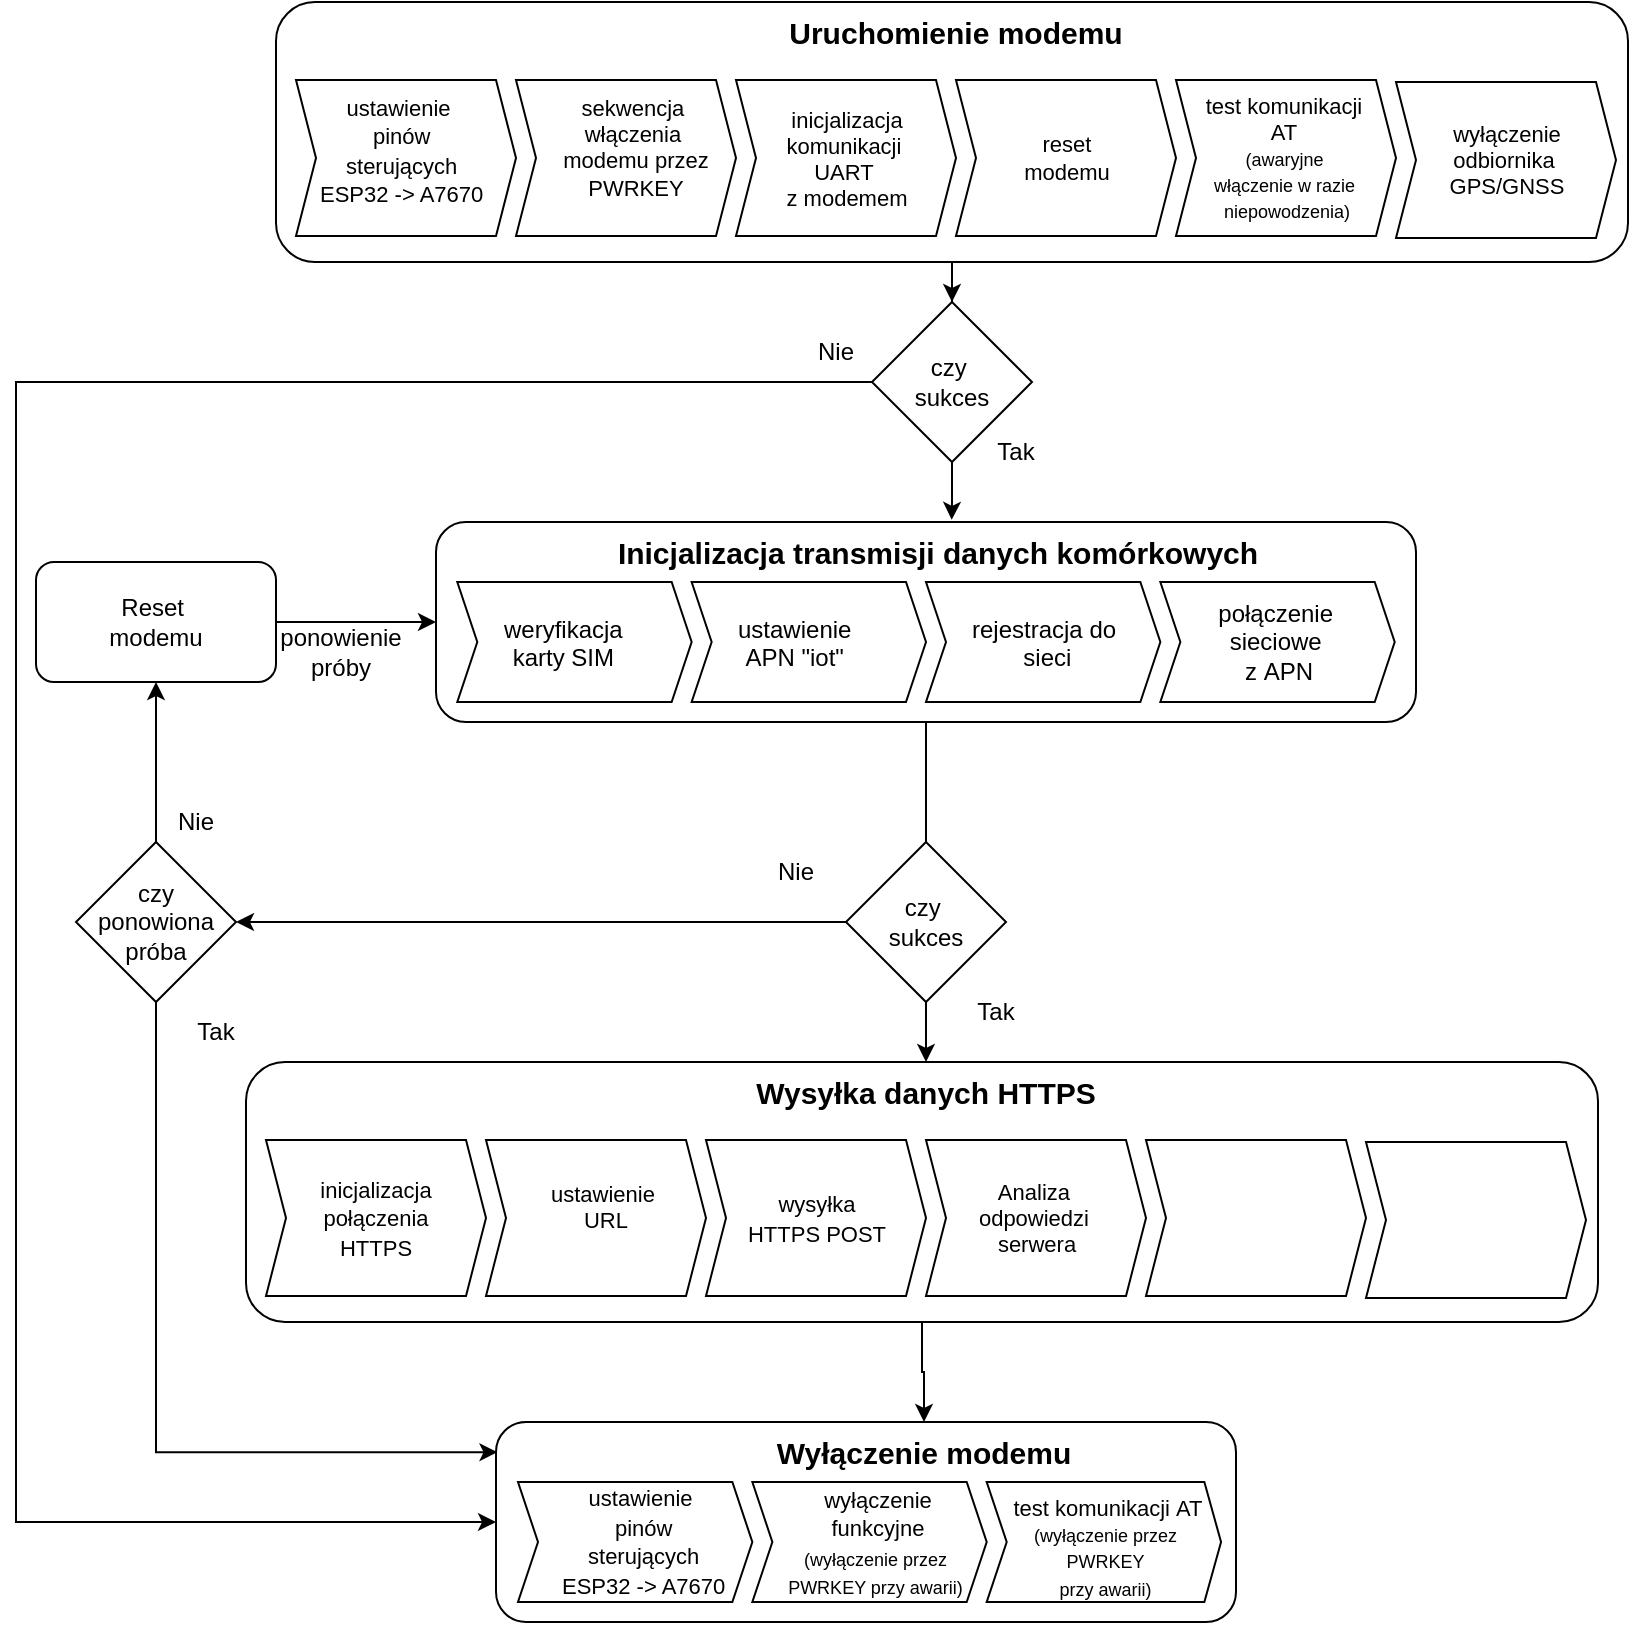
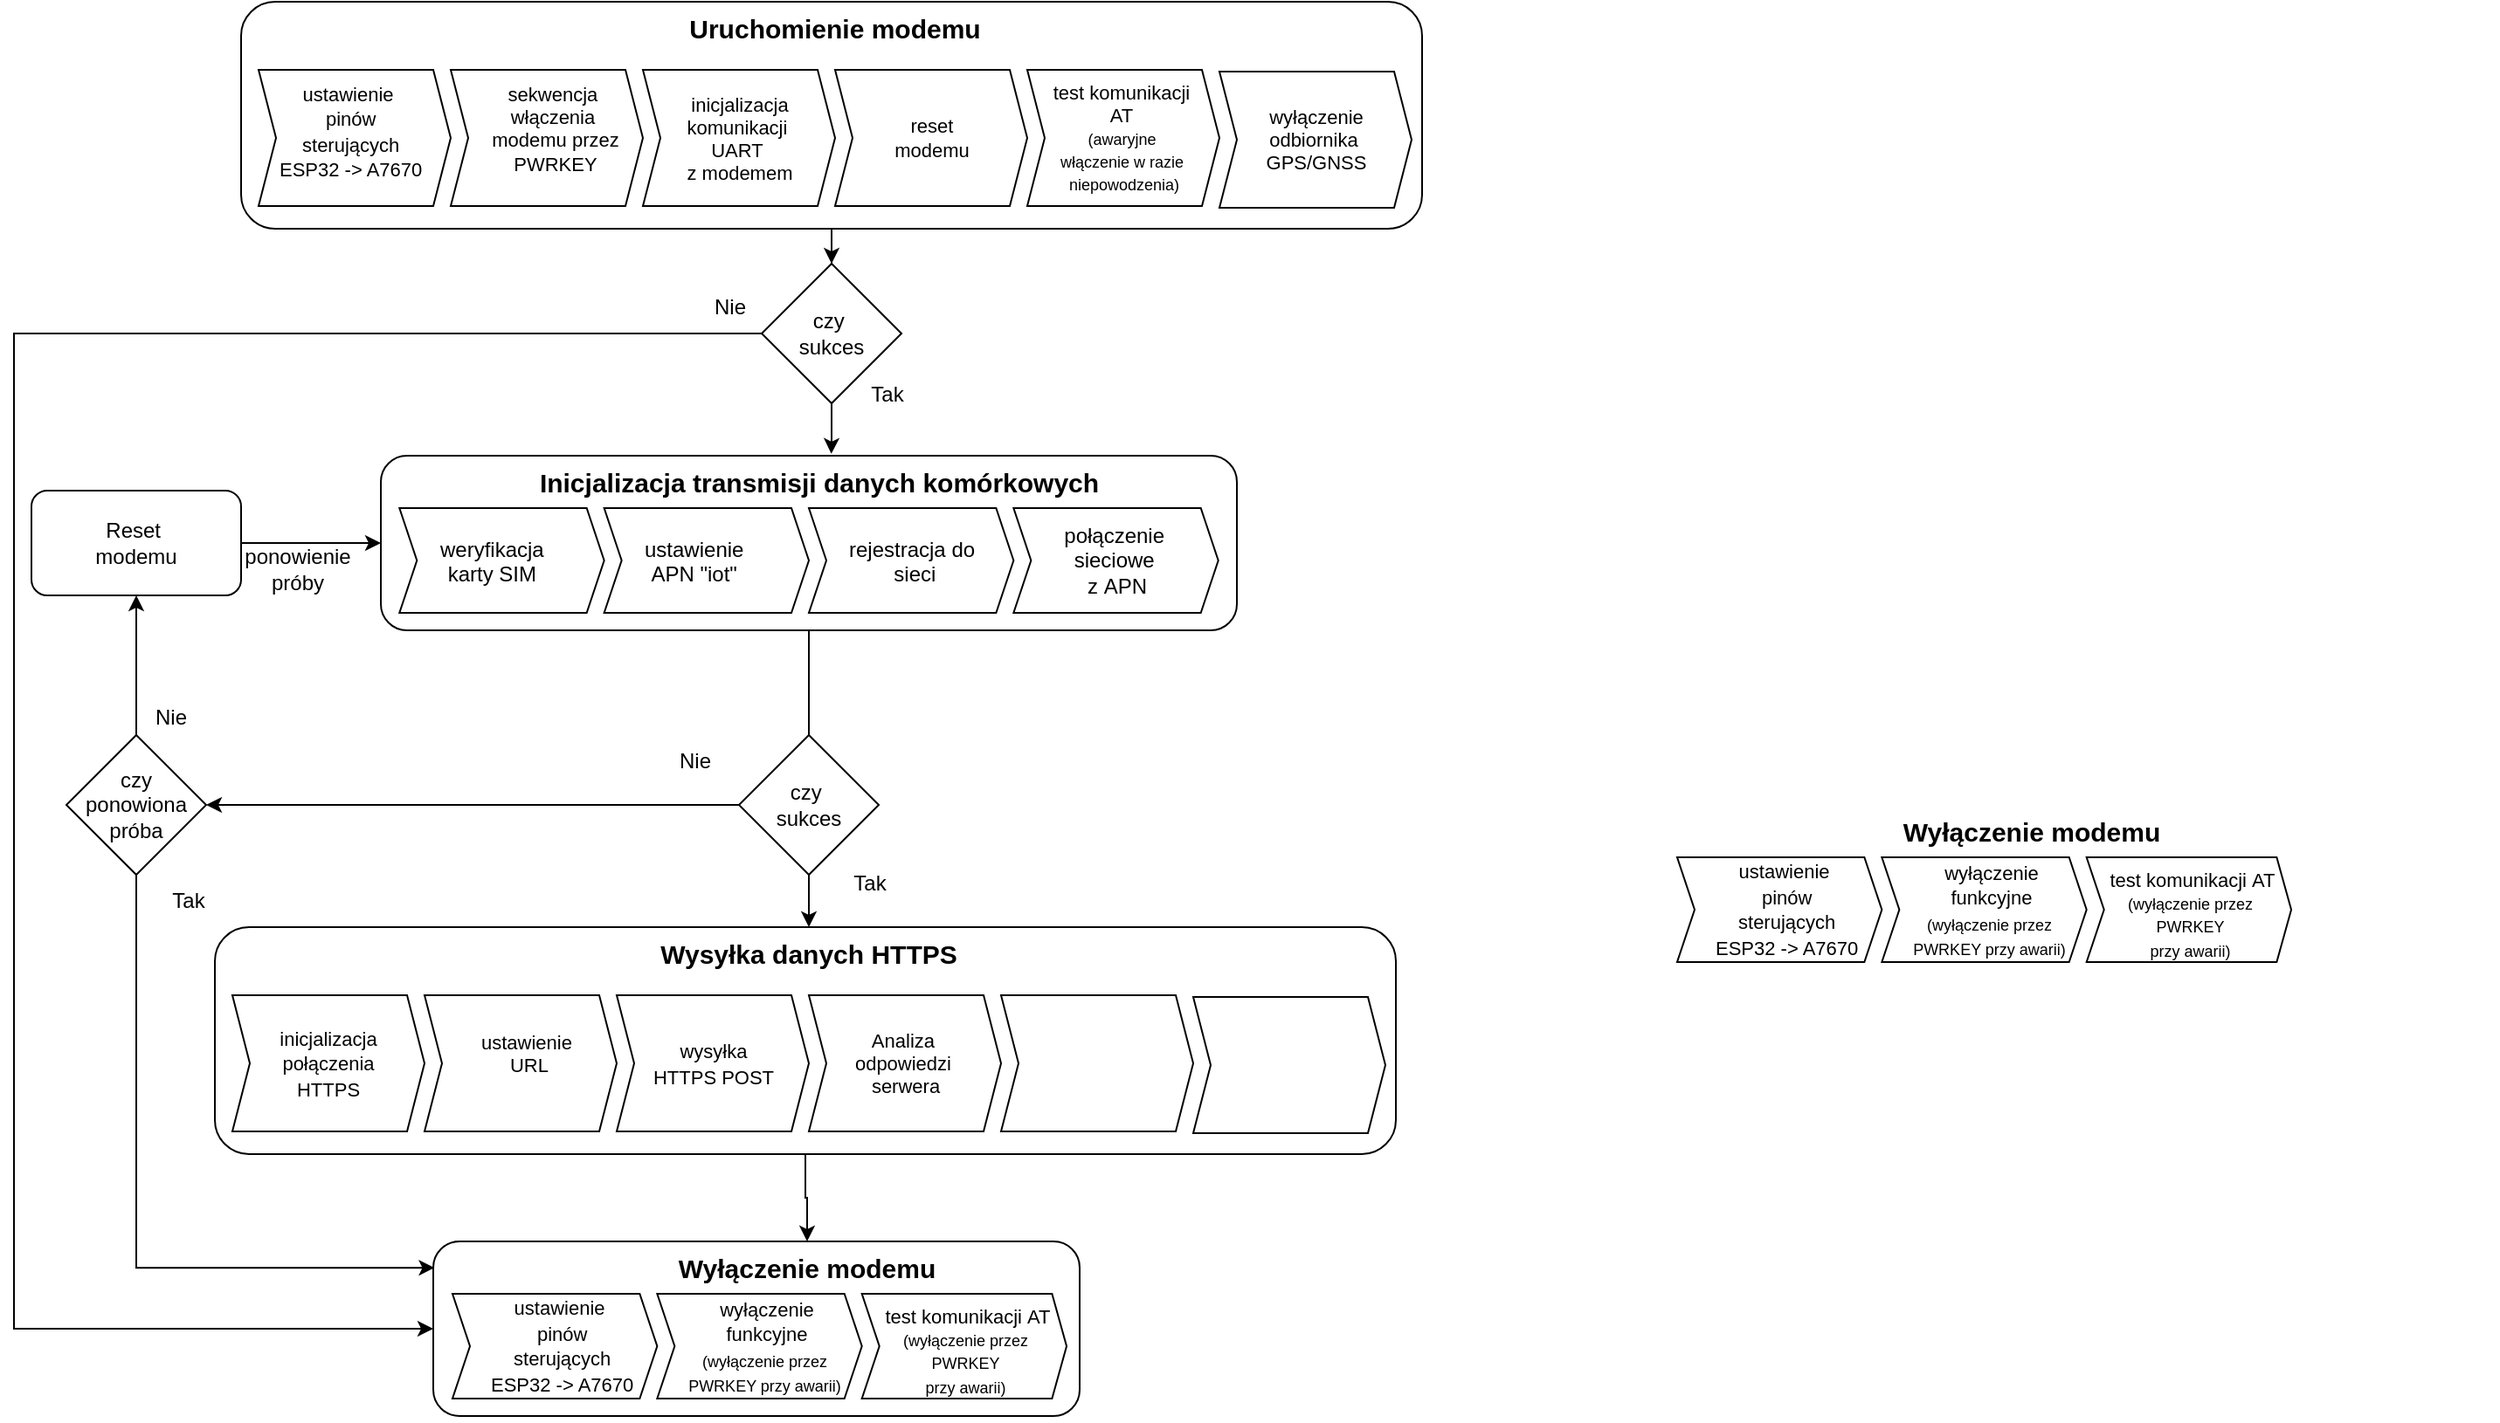
<mxfile host="app.diagrams.net">
  <diagram name="Strona-1" id="qUiWrLwNQSNPpPlMcjFA">
    <mxGraphModel dx="960" dy="1979" grid="1" gridSize="10" guides="1" tooltips="1" connect="1" arrows="1" fold="1" page="1" pageScale="1" pageWidth="827" pageHeight="1169" math="0" shadow="0">
      <root>
        <mxCell id="0" />
        <mxCell id="1" parent="0" />
        <mxCell id="zzqq1YDTvUKB0URQ00NY-44" connectable="0" parent="1" style="group" value="" vertex="1">
          <mxGeometry height="100" width="490.6521739130435" x="650" y="110" as="geometry" />
        </mxCell>
        <mxCell id="zzqq1YDTvUKB0URQ00NY-41" parent="zzqq1YDTvUKB0URQ00NY-44" style="rounded=1;whiteSpace=wrap;html=1;fillColor=none;" value="" vertex="1">
          <mxGeometry height="100" width="490.0000000000001" as="geometry" />
        </mxCell>
        <mxCell id="zzqq1YDTvUKB0URQ00NY-43" connectable="0" parent="zzqq1YDTvUKB0URQ00NY-44" style="group" value="" vertex="1">
          <mxGeometry height="90" width="480" x="10.65217391304348" as="geometry" />
        </mxCell>
        <mxCell id="zzqq1YDTvUKB0URQ00NY-32" parent="zzqq1YDTvUKB0URQ00NY-43" style="html=1;shadow=0;dashed=0;align=center;verticalAlign=middle;shape=mxgraph.arrows2.arrow;dy=0;dx=10;notch=10;" value="" vertex="1">
          <mxGeometry height="60" width="117.17391304347828" y="30" as="geometry" />
        </mxCell>
        <mxCell id="zzqq1YDTvUKB0URQ00NY-34" parent="zzqq1YDTvUKB0URQ00NY-43" style="text;whiteSpace=wrap;html=1;" value="&lt;span style=&quot;caret-color: rgb(0, 0, 0); color: rgb(0, 0, 0); font-family: Helvetica; font-size: 12.000001px; font-style: normal; font-variant-caps: normal; font-weight: 400; letter-spacing: normal; orphans: 2; text-align: center; text-indent: 0px; text-transform: none; white-space: nowrap; widows: 2; word-spacing: 0px; -webkit-text-stroke-width: 0px; text-decoration-line: none; text-decoration-thickness: auto; text-decoration-style: solid;&quot;&gt;weryfikacja&lt;/span&gt;&lt;div style=&quot;caret-color: rgb(0, 0, 0); color: rgb(0, 0, 0); font-family: Helvetica; font-size: 12.000001px; font-style: normal; font-variant-caps: normal; font-weight: 400; letter-spacing: normal; orphans: 2; text-align: center; text-indent: 0px; text-transform: none; white-space: nowrap; widows: 2; word-spacing: 0px; -webkit-text-stroke-width: 0px; text-decoration-line: none; text-decoration-thickness: auto; text-decoration-style: solid;&quot;&gt;karty SIM&lt;/div&gt;" vertex="1">
          <mxGeometry height="50" width="95.86956521739131" x="21.30434782608696" y="40" as="geometry" />
        </mxCell>
        <mxCell id="zzqq1YDTvUKB0URQ00NY-35" parent="zzqq1YDTvUKB0URQ00NY-43" style="html=1;shadow=0;dashed=0;align=center;verticalAlign=middle;shape=mxgraph.arrows2.arrow;dy=0;dx=10;notch=10;" value="" vertex="1">
          <mxGeometry height="60" width="117.17391304347828" x="117.17391304347828" y="30" as="geometry" />
        </mxCell>
        <mxCell id="zzqq1YDTvUKB0URQ00NY-36" parent="zzqq1YDTvUKB0URQ00NY-43" style="text;whiteSpace=wrap;html=1;" value="&lt;div style=&quot;text-align: center;&quot;&gt;&lt;span style=&quot;font-size: 12px; caret-color: rgb(0, 0, 0); text-wrap-mode: nowrap;&quot;&gt;&lt;font color=&quot;#000000&quot;&gt;ustawienie&lt;/font&gt;&lt;/span&gt;&lt;/div&gt;&lt;div style=&quot;text-align: center;&quot;&gt;&lt;span style=&quot;font-size: 12px; caret-color: rgb(0, 0, 0); text-wrap-mode: nowrap;&quot;&gt;&lt;font color=&quot;#000000&quot;&gt;APN&amp;nbsp;&lt;/font&gt;&lt;/span&gt;&lt;span style=&quot;font-size: 12px; white-space: nowrap;&quot;&gt;&quot;iot&quot;&lt;/span&gt;&lt;/div&gt;" vertex="1">
          <mxGeometry height="50" width="95.86956521739131" x="138.47826086956525" y="40" as="geometry" />
        </mxCell>
        <mxCell id="zzqq1YDTvUKB0URQ00NY-37" parent="zzqq1YDTvUKB0URQ00NY-43" style="html=1;shadow=0;dashed=0;align=center;verticalAlign=middle;shape=mxgraph.arrows2.arrow;dy=0;dx=10;notch=10;" value="" vertex="1">
          <mxGeometry height="60" width="117.17391304347828" x="234.34782608695656" y="30" as="geometry" />
        </mxCell>
        <mxCell id="zzqq1YDTvUKB0URQ00NY-38" parent="zzqq1YDTvUKB0URQ00NY-43" style="text;whiteSpace=wrap;html=1;" value="&lt;div style=&quot;text-align: center;&quot;&gt;&lt;span style=&quot;caret-color: rgb(0, 0, 0); text-wrap-mode: nowrap;&quot;&gt;rejestracja do&amp;nbsp;&lt;/span&gt;&lt;/div&gt;&lt;div style=&quot;text-align: center;&quot;&gt;&lt;span style=&quot;caret-color: rgb(0, 0, 0); text-wrap-mode: nowrap;&quot;&gt;sieci&lt;/span&gt;&lt;/div&gt;" vertex="1">
          <mxGeometry height="50" width="95.86956521739131" x="255.6521739130435" y="40" as="geometry" />
        </mxCell>
        <mxCell id="zzqq1YDTvUKB0URQ00NY-39" parent="zzqq1YDTvUKB0URQ00NY-43" style="html=1;shadow=0;dashed=0;align=center;verticalAlign=middle;shape=mxgraph.arrows2.arrow;dy=0;dx=10;notch=10;" value="połączenie&amp;nbsp;&lt;div&gt;sieciowe&amp;nbsp;&lt;/div&gt;&lt;div&gt;z&amp;nbsp;&lt;span style=&quot;font-size: 12px;&quot;&gt;APN&lt;/span&gt;&lt;/div&gt;" vertex="1">
          <mxGeometry height="60" width="117.17391304347828" x="351.52173913043487" y="30" as="geometry" />
        </mxCell>
        <mxCell id="zzqq1YDTvUKB0URQ00NY-42" parent="zzqq1YDTvUKB0URQ00NY-43" style="text;whiteSpace=wrap;html=1;align=center;" value="&lt;div style=&quot;&quot;&gt;&lt;span style=&quot;&quot;&gt;&lt;b&gt;&lt;font style=&quot;font-size: 15px;&quot;&gt;Inicjalizacja transmisji danych komórkowych&lt;/font&gt;&lt;/b&gt;&lt;/span&gt;&lt;br&gt;&lt;/div&gt;" vertex="1">
          <mxGeometry height="50" width="480" as="geometry" />
        </mxCell>
        <mxCell id="zzqq1YDTvUKB0URQ00NY-64" connectable="0" parent="1" style="group" value="" vertex="1">
          <mxGeometry height="130" width="680" x="570" y="-150" as="geometry" />
        </mxCell>
        <mxCell id="zzqq1YDTvUKB0URQ00NY-47" parent="zzqq1YDTvUKB0URQ00NY-64" style="rounded=1;whiteSpace=wrap;html=1;fillColor=none;" value="" vertex="1">
          <mxGeometry height="130" width="676" as="geometry" />
        </mxCell>
        <mxCell id="zzqq1YDTvUKB0URQ00NY-63" connectable="0" parent="zzqq1YDTvUKB0URQ00NY-64" style="group" value="" vertex="1">
          <mxGeometry height="118" width="670" x="10" as="geometry" />
        </mxCell>
        <mxCell id="zzqq1YDTvUKB0URQ00NY-48" connectable="0" parent="zzqq1YDTvUKB0URQ00NY-63" style="group" value="" vertex="1">
          <mxGeometry height="117" width="670" as="geometry" />
        </mxCell>
        <mxCell id="zzqq1YDTvUKB0URQ00NY-49" parent="zzqq1YDTvUKB0URQ00NY-48" style="html=1;shadow=0;dashed=0;align=center;verticalAlign=middle;shape=mxgraph.arrows2.arrow;dy=0;dx=10;notch=10;" value="" vertex="1">
          <mxGeometry height="78" width="110" y="39" as="geometry" />
        </mxCell>
        <mxCell id="zzqq1YDTvUKB0URQ00NY-51" parent="zzqq1YDTvUKB0URQ00NY-48" style="html=1;shadow=0;dashed=0;align=center;verticalAlign=middle;shape=mxgraph.arrows2.arrow;dy=0;dx=10;notch=10;" value="" vertex="1">
          <mxGeometry height="78" width="110" x="110" y="39" as="geometry" />
        </mxCell>
        <mxCell id="zzqq1YDTvUKB0URQ00NY-52" parent="zzqq1YDTvUKB0URQ00NY-48" style="text;whiteSpace=wrap;html=1;fontSize=11;align=center;" value="&lt;div style=&quot;&quot;&gt;&lt;span style=&quot;caret-color: rgb(0, 0, 0); text-wrap-mode: nowrap;&quot;&gt;sekwencja&amp;nbsp;&lt;/span&gt;&lt;/div&gt;&lt;div style=&quot;&quot;&gt;&lt;span style=&quot;caret-color: rgb(0, 0, 0); text-wrap-mode: nowrap;&quot;&gt;włączenia&amp;nbsp;&lt;/span&gt;&lt;/div&gt;&lt;div style=&quot;&quot;&gt;&lt;span style=&quot;caret-color: rgb(0, 0, 0); text-wrap-mode: nowrap;&quot;&gt;modemu przez&lt;/span&gt;&lt;/div&gt;&lt;div style=&quot;&quot;&gt;&lt;span style=&quot;caret-color: rgb(0, 0, 0); text-wrap-mode: nowrap;&quot;&gt;PWRKEY&lt;/span&gt;&lt;/div&gt;&lt;div style=&quot;&quot;&gt;&lt;span style=&quot;caret-color: rgb(0, 0, 0); text-wrap-mode: nowrap;&quot;&gt;&lt;br&gt;&lt;/span&gt;&lt;/div&gt;&lt;div style=&quot;&quot;&gt;&lt;br&gt;&lt;/div&gt;" vertex="1">
          <mxGeometry height="77" width="120" x="110" y="40" as="geometry" />
        </mxCell>
        <mxCell id="zzqq1YDTvUKB0URQ00NY-53" parent="zzqq1YDTvUKB0URQ00NY-48" style="html=1;shadow=0;dashed=0;align=center;verticalAlign=middle;shape=mxgraph.arrows2.arrow;dy=0;dx=10;notch=10;" value="&lt;span style=&quot;font-size: 11px; float: none; display: inline !important; caret-color: rgb(0, 0, 0); color: rgb(0, 0, 0); text-decoration-color: currentcolor;&quot;&gt;inicjalizacja&lt;/span&gt;&lt;div style=&quot;font-size: 11px; white-space: normal; caret-color: rgb(0, 0, 0); color: rgb(0, 0, 0);&quot;&gt;&lt;span style=&quot;text-wrap-mode: nowrap;&quot;&gt;komunikacji&amp;nbsp;&lt;/span&gt;&lt;/div&gt;&lt;div style=&quot;font-size: 11px; white-space: normal; caret-color: rgb(0, 0, 0); color: rgb(0, 0, 0);&quot;&gt;&lt;span style=&quot;text-wrap-mode: nowrap;&quot;&gt;UART&amp;nbsp;&lt;/span&gt;&lt;/div&gt;&lt;div style=&quot;font-size: 11px; white-space: normal; caret-color: rgb(0, 0, 0); color: rgb(0, 0, 0);&quot;&gt;&lt;span style=&quot;text-wrap-mode: nowrap;&quot;&gt;z modemem&lt;/span&gt;&lt;/div&gt;" vertex="1">
          <mxGeometry height="78" width="110" x="220" y="39" as="geometry" />
        </mxCell>
        <mxCell id="zzqq1YDTvUKB0URQ00NY-55" parent="zzqq1YDTvUKB0URQ00NY-48" style="html=1;shadow=0;dashed=0;align=center;verticalAlign=middle;shape=mxgraph.arrows2.arrow;dy=0;dx=10;notch=10;fontSize=11;labelBackgroundColor=none;" value="reset&lt;div&gt;modemu&lt;/div&gt;" vertex="1">
          <mxGeometry height="78" width="110" x="330" y="39" as="geometry" />
        </mxCell>
        <mxCell id="zzqq1YDTvUKB0URQ00NY-56" parent="zzqq1YDTvUKB0URQ00NY-48" style="text;whiteSpace=wrap;html=1;align=center;" value="&lt;div style=&quot;&quot;&gt;&lt;b&gt;&lt;font style=&quot;font-size: 15px;&quot;&gt;Uruchomienie modemu&lt;/font&gt;&lt;/b&gt;&lt;/div&gt;" vertex="1">
          <mxGeometry height="65" width="680" x="-10" as="geometry" />
        </mxCell>
        <mxCell id="zzqq1YDTvUKB0URQ00NY-50" parent="zzqq1YDTvUKB0URQ00NY-48" style="text;whiteSpace=wrap;html=1;" value="&lt;div style=&quot;text-align: center;&quot;&gt;&lt;span style=&quot;text-wrap-mode: nowrap;&quot;&gt;&lt;font style=&quot;font-size: 11px;&quot;&gt;ustawienie&amp;nbsp;&lt;/font&gt;&lt;/span&gt;&lt;/div&gt;&lt;div style=&quot;text-align: center;&quot;&gt;&lt;span style=&quot;text-wrap-mode: nowrap;&quot;&gt;&lt;font style=&quot;font-size: 11px;&quot;&gt;pinów&lt;/font&gt;&lt;/span&gt;&lt;/div&gt;&lt;div style=&quot;text-align: center;&quot;&gt;&lt;span style=&quot;text-wrap-mode: nowrap;&quot;&gt;&lt;font style=&quot;font-size: 11px;&quot;&gt;&amp;nbsp;sterujących&amp;nbsp;&lt;/font&gt;&lt;/span&gt;&lt;/div&gt;&lt;div style=&quot;text-align: center;&quot;&gt;&lt;span style=&quot;font-size: 11px; text-wrap-mode: nowrap;&quot;&gt;ESP32 -&amp;gt; A7670&lt;/span&gt;&lt;/div&gt;&lt;div style=&quot;text-align: center;&quot;&gt;&lt;span style=&quot;text-wrap-mode: nowrap;&quot;&gt;&lt;br&gt;&lt;/span&gt;&lt;/div&gt;" vertex="1">
          <mxGeometry height="65" width="90" x="10" y="39" as="geometry" />
        </mxCell>
        <mxCell id="zzqq1YDTvUKB0URQ00NY-58" parent="zzqq1YDTvUKB0URQ00NY-63" style="html=1;shadow=0;dashed=0;align=center;verticalAlign=middle;shape=mxgraph.arrows2.arrow;dy=0;dx=10;notch=10;fontSize=11;" value="test komunikacji&amp;nbsp;&lt;div&gt;AT&amp;nbsp;&lt;div&gt;&lt;font style=&quot;font-size: 9px;&quot;&gt;(awaryjne&amp;nbsp;&lt;/font&gt;&lt;/div&gt;&lt;div&gt;&lt;font style=&quot;font-size: 9px;&quot;&gt;włączenie w razie&amp;nbsp;&lt;/font&gt;&lt;/div&gt;&lt;div&gt;&lt;font style=&quot;font-size: 9px;&quot;&gt;niepowodzenia)&lt;/font&gt;&lt;/div&gt;&lt;/div&gt;" vertex="1">
          <mxGeometry height="78" width="110" x="440" y="39" as="geometry" />
        </mxCell>
        <mxCell id="zzqq1YDTvUKB0URQ00NY-59" parent="zzqq1YDTvUKB0URQ00NY-63" style="html=1;shadow=0;dashed=0;align=center;verticalAlign=middle;shape=mxgraph.arrows2.arrow;dy=0;dx=10;notch=10;fontSize=11;" value="wyłączenie&lt;div&gt;odbiornika&amp;nbsp;&lt;/div&gt;&lt;div&gt;GPS/GNSS&lt;/div&gt;" vertex="1">
          <mxGeometry height="78" width="110" x="550" y="40" as="geometry" />
        </mxCell>
        <mxCell id="zzqq1YDTvUKB0URQ00NY-69" edge="1" parent="1" source="zzqq1YDTvUKB0URQ00NY-65" style="edgeStyle=orthogonalEdgeStyle;rounded=0;orthogonalLoop=1;jettySize=auto;html=1;fontSize=13;entryX=0.515;entryY=-0.022;entryDx=0;entryDy=0;entryPerimeter=0;" target="zzqq1YDTvUKB0URQ00NY-42" value="">
          <mxGeometry relative="1" as="geometry" />
        </mxCell>
        <mxCell id="zzqq1YDTvUKB0URQ00NY-126" edge="1" parent="1" source="zzqq1YDTvUKB0URQ00NY-65" style="edgeStyle=orthogonalEdgeStyle;rounded=0;orthogonalLoop=1;jettySize=auto;html=1;entryX=0;entryY=0.5;entryDx=0;entryDy=0;" target="zzqq1YDTvUKB0URQ00NY-73">
          <mxGeometry relative="1" as="geometry">
            <Array as="points">
              <mxPoint x="440" y="40" />
              <mxPoint x="440" y="610" />
            </Array>
            <mxPoint x="430" y="730" as="targetPoint" />
          </mxGeometry>
        </mxCell>
        <mxCell id="zzqq1YDTvUKB0URQ00NY-65" parent="1" style="rhombus;whiteSpace=wrap;html=1;" value="czy&amp;nbsp;&lt;div&gt;sukces&lt;/div&gt;" vertex="1">
          <mxGeometry height="80" width="80" x="868" as="geometry" />
        </mxCell>
        <mxCell id="zzqq1YDTvUKB0URQ00NY-66" parent="1" style="text;html=1;whiteSpace=wrap;strokeColor=none;fillColor=none;align=center;verticalAlign=middle;rounded=0;" value="Nie" vertex="1">
          <mxGeometry height="30" width="60" x="820" y="10" as="geometry" />
        </mxCell>
        <mxCell id="zzqq1YDTvUKB0URQ00NY-94" parent="1" style="text;html=1;whiteSpace=wrap;strokeColor=none;fillColor=none;align=center;verticalAlign=middle;rounded=0;" value="Tak" vertex="1">
          <mxGeometry height="30" width="60" x="910" y="60" as="geometry" />
        </mxCell>
        <mxCell id="zzqq1YDTvUKB0URQ00NY-95" connectable="0" parent="1" style="group" value="" vertex="1">
          <mxGeometry height="130" width="680" x="555" y="380" as="geometry" />
        </mxCell>
        <mxCell id="zzqq1YDTvUKB0URQ00NY-96" parent="zzqq1YDTvUKB0URQ00NY-95" style="rounded=1;whiteSpace=wrap;html=1;fillColor=none;" value="" vertex="1">
          <mxGeometry height="130" width="676" as="geometry" />
        </mxCell>
        <mxCell id="zzqq1YDTvUKB0URQ00NY-97" connectable="0" parent="zzqq1YDTvUKB0URQ00NY-95" style="group" value="" vertex="1">
          <mxGeometry height="120" width="670" x="10" as="geometry" />
        </mxCell>
        <mxCell id="zzqq1YDTvUKB0URQ00NY-98" connectable="0" parent="zzqq1YDTvUKB0URQ00NY-97" style="group" value="" vertex="1">
          <mxGeometry height="120" width="670" as="geometry" />
        </mxCell>
        <mxCell id="zzqq1YDTvUKB0URQ00NY-99" parent="zzqq1YDTvUKB0URQ00NY-98" style="html=1;shadow=0;dashed=0;align=center;verticalAlign=middle;shape=mxgraph.arrows2.arrow;dy=0;dx=10;notch=10;" value="" vertex="1">
          <mxGeometry height="78" width="110" y="39" as="geometry" />
        </mxCell>
        <mxCell id="zzqq1YDTvUKB0URQ00NY-100" parent="zzqq1YDTvUKB0URQ00NY-98" style="html=1;shadow=0;dashed=0;align=center;verticalAlign=middle;shape=mxgraph.arrows2.arrow;dy=0;dx=10;notch=10;" value="" vertex="1">
          <mxGeometry height="78" width="110" x="110" y="39" as="geometry" />
        </mxCell>
        <mxCell id="zzqq1YDTvUKB0URQ00NY-101" parent="zzqq1YDTvUKB0URQ00NY-98" style="text;whiteSpace=wrap;html=1;fontSize=11;align=center;" value="&lt;div style=&quot;&quot;&gt;&lt;span style=&quot;caret-color: rgb(0, 0, 0); text-wrap-mode: nowrap;&quot;&gt;&lt;br&gt;&lt;/span&gt;&lt;/div&gt;&lt;div style=&quot;&quot;&gt;&lt;span style=&quot;caret-color: rgb(0, 0, 0); text-wrap-mode: nowrap;&quot;&gt;ustawienie&amp;nbsp;&lt;/span&gt;&lt;/div&gt;&lt;div style=&quot;&quot;&gt;&lt;span style=&quot;white-space: nowrap;&quot;&gt;URL&lt;/span&gt;&lt;br&gt;&lt;/div&gt;" vertex="1">
          <mxGeometry height="77" width="120" x="110" y="40" as="geometry" />
        </mxCell>
        <mxCell id="zzqq1YDTvUKB0URQ00NY-102" parent="zzqq1YDTvUKB0URQ00NY-98" style="html=1;shadow=0;dashed=0;align=center;verticalAlign=middle;shape=mxgraph.arrows2.arrow;dy=0;dx=10;notch=10;" value="&lt;font color=&quot;#000000&quot;&gt;&lt;span style=&quot;caret-color: rgb(0, 0, 0); font-size: 11px;&quot;&gt;wysyłka&lt;/span&gt;&lt;/font&gt;&lt;div&gt;&lt;font color=&quot;#000000&quot;&gt;&lt;span style=&quot;caret-color: rgb(0, 0, 0); font-size: 11px;&quot;&gt;HTTPS POST&lt;/span&gt;&lt;/font&gt;&lt;/div&gt;" vertex="1">
          <mxGeometry height="78" width="110" x="220" y="39" as="geometry" />
        </mxCell>
        <mxCell id="zzqq1YDTvUKB0URQ00NY-103" parent="zzqq1YDTvUKB0URQ00NY-98" style="html=1;shadow=0;dashed=0;align=center;verticalAlign=middle;shape=mxgraph.arrows2.arrow;dy=0;dx=10;notch=10;fontSize=11;labelBackgroundColor=none;" value="Analiza&amp;nbsp;&lt;div&gt;odpowiedzi&amp;nbsp;&lt;/div&gt;&lt;div&gt;serwera&lt;/div&gt;" vertex="1">
          <mxGeometry height="78" width="110" x="330" y="39" as="geometry" />
        </mxCell>
        <mxCell id="zzqq1YDTvUKB0URQ00NY-104" parent="zzqq1YDTvUKB0URQ00NY-98" style="text;whiteSpace=wrap;html=1;align=center;" value="&lt;div style=&quot;&quot;&gt;&lt;b&gt;&lt;font style=&quot;font-size: 15px;&quot;&gt;Wysyłka danych HTTPS&lt;/font&gt;&lt;/b&gt;&lt;/div&gt;" vertex="1">
          <mxGeometry height="65" width="680" x="-10" as="geometry" />
        </mxCell>
        <mxCell id="zzqq1YDTvUKB0URQ00NY-105" parent="zzqq1YDTvUKB0URQ00NY-98" style="text;whiteSpace=wrap;html=1;align=center;" value="&lt;div style=&quot;&quot;&gt;&lt;span style=&quot;font-size: 11px; text-wrap-mode: nowrap;&quot;&gt;inicjalizacja&lt;/span&gt;&lt;/div&gt;&lt;div style=&quot;&quot;&gt;&lt;span style=&quot;font-size: 11px; text-wrap-mode: nowrap;&quot;&gt;&amp;nbsp;połączenia&amp;nbsp;&lt;/span&gt;&lt;/div&gt;&lt;div style=&quot;&quot;&gt;&lt;span style=&quot;font-size: 11px; text-wrap-mode: nowrap;&quot;&gt;HTTPS&lt;/span&gt;&lt;/div&gt;" vertex="1">
          <mxGeometry height="70" width="130" x="-10" y="50" as="geometry" />
        </mxCell>
        <mxCell id="zzqq1YDTvUKB0URQ00NY-106" parent="zzqq1YDTvUKB0URQ00NY-97" style="html=1;shadow=0;dashed=0;align=center;verticalAlign=middle;shape=mxgraph.arrows2.arrow;dy=0;dx=10;notch=10;fontSize=11;" value="" vertex="1">
          <mxGeometry height="78" width="110" x="440" y="39" as="geometry" />
        </mxCell>
        <mxCell id="zzqq1YDTvUKB0URQ00NY-107" parent="zzqq1YDTvUKB0URQ00NY-97" style="html=1;shadow=0;dashed=0;align=center;verticalAlign=middle;shape=mxgraph.arrows2.arrow;dy=0;dx=10;notch=10;fontSize=11;" value="" vertex="1">
          <mxGeometry height="78" width="110" x="550" y="40" as="geometry" />
        </mxCell>
        <mxCell id="zzqq1YDTvUKB0URQ00NY-108" edge="1" parent="1" source="zzqq1YDTvUKB0URQ00NY-41" style="edgeStyle=orthogonalEdgeStyle;rounded=0;orthogonalLoop=1;jettySize=auto;html=1;entryX=0.5;entryY=0;entryDx=0;entryDy=0;exitX=0.5;exitY=1;exitDx=0;exitDy=0;" target="zzqq1YDTvUKB0URQ00NY-104">
          <mxGeometry relative="1" as="geometry" />
        </mxCell>
        <mxCell id="zzqq1YDTvUKB0URQ00NY-119" edge="1" parent="1" source="zzqq1YDTvUKB0URQ00NY-109" style="edgeStyle=orthogonalEdgeStyle;rounded=0;orthogonalLoop=1;jettySize=auto;html=1;" target="zzqq1YDTvUKB0URQ00NY-115">
          <mxGeometry relative="1" as="geometry" />
        </mxCell>
        <mxCell id="zzqq1YDTvUKB0URQ00NY-109" parent="1" style="rhombus;whiteSpace=wrap;html=1;" value="czy&amp;nbsp;&lt;div&gt;sukces&lt;/div&gt;" vertex="1">
          <mxGeometry height="80" width="80" x="855" y="270" as="geometry" />
        </mxCell>
        <mxCell id="zzqq1YDTvUKB0URQ00NY-110" parent="1" style="text;html=1;whiteSpace=wrap;strokeColor=none;fillColor=none;align=center;verticalAlign=middle;rounded=0;" value="Tak" vertex="1">
          <mxGeometry height="30" width="60" x="900" y="340" as="geometry" />
        </mxCell>
        <mxCell id="zzqq1YDTvUKB0URQ00NY-111" parent="1" style="text;html=1;whiteSpace=wrap;strokeColor=none;fillColor=none;align=center;verticalAlign=middle;rounded=0;" value="Nie" vertex="1">
          <mxGeometry height="30" width="60" x="800" y="270" as="geometry" />
        </mxCell>
        <mxCell id="zzqq1YDTvUKB0URQ00NY-121" edge="1" parent="1" source="zzqq1YDTvUKB0URQ00NY-113" style="edgeStyle=orthogonalEdgeStyle;rounded=0;orthogonalLoop=1;jettySize=auto;html=1;entryX=0;entryY=0.5;entryDx=0;entryDy=0;" target="zzqq1YDTvUKB0URQ00NY-41" value="">
          <mxGeometry relative="1" as="geometry" />
        </mxCell>
        <mxCell id="zzqq1YDTvUKB0URQ00NY-113" parent="1" style="rounded=1;whiteSpace=wrap;html=1;" value="Reset&amp;nbsp;&lt;div&gt;modemu&lt;/div&gt;" vertex="1">
          <mxGeometry height="60" width="120" x="450" y="130" as="geometry" />
        </mxCell>
        <mxCell id="zzqq1YDTvUKB0URQ00NY-114" edge="1" parent="1" source="zzqq1YDTvUKB0URQ00NY-115" style="edgeStyle=orthogonalEdgeStyle;rounded=0;orthogonalLoop=1;jettySize=auto;html=1;" target="zzqq1YDTvUKB0URQ00NY-113" value="">
          <mxGeometry relative="1" as="geometry" />
        </mxCell>
        <mxCell id="zzqq1YDTvUKB0URQ00NY-122" edge="1" parent="1" source="zzqq1YDTvUKB0URQ00NY-115" style="edgeStyle=orthogonalEdgeStyle;rounded=0;orthogonalLoop=1;jettySize=auto;html=1;entryX=0.002;entryY=0.151;entryDx=0;entryDy=0;entryPerimeter=0;" target="zzqq1YDTvUKB0URQ00NY-73">
          <mxGeometry relative="1" as="geometry">
            <Array as="points">
              <mxPoint x="510" y="575" />
            </Array>
          </mxGeometry>
        </mxCell>
        <mxCell id="zzqq1YDTvUKB0URQ00NY-115" parent="1" style="rhombus;whiteSpace=wrap;html=1;" value="czy ponowiona próba" vertex="1">
          <mxGeometry height="80" width="80" x="470" y="270" as="geometry" />
        </mxCell>
        <mxCell id="zzqq1YDTvUKB0URQ00NY-116" parent="1" style="text;html=1;whiteSpace=wrap;strokeColor=none;fillColor=none;align=center;verticalAlign=middle;rounded=0;" value="Nie" vertex="1">
          <mxGeometry height="30" width="60" x="500" y="245" as="geometry" />
        </mxCell>
        <mxCell id="zzqq1YDTvUKB0URQ00NY-117" parent="1" style="text;html=1;whiteSpace=wrap;strokeColor=none;fillColor=none;align=center;verticalAlign=middle;rounded=0;" value="Tak" vertex="1">
          <mxGeometry height="30" width="60" x="510" y="350" as="geometry" />
        </mxCell>
        <mxCell id="zzqq1YDTvUKB0URQ00NY-120" parent="1" style="text;html=1;whiteSpace=wrap;strokeColor=none;fillColor=none;align=center;verticalAlign=middle;rounded=0;" value="ponowienie próby" vertex="1">
          <mxGeometry height="30" width="95" x="555" y="160" as="geometry" />
        </mxCell>
        <mxCell id="zzqq1YDTvUKB0URQ00NY-128" edge="1" parent="1" source="zzqq1YDTvUKB0URQ00NY-47" style="edgeStyle=orthogonalEdgeStyle;rounded=0;orthogonalLoop=1;jettySize=auto;html=1;entryX=0.5;entryY=0;entryDx=0;entryDy=0;" target="zzqq1YDTvUKB0URQ00NY-65">
          <mxGeometry relative="1" as="geometry" />
        </mxCell>
        <mxCell id="zzqq1YDTvUKB0URQ00NY-129" edge="1" parent="1" source="zzqq1YDTvUKB0URQ00NY-96" style="edgeStyle=orthogonalEdgeStyle;rounded=0;orthogonalLoop=1;jettySize=auto;html=1;" target="zzqq1YDTvUKB0URQ00NY-82" value="">
          <mxGeometry relative="1" as="geometry" />
        </mxCell>
        <mxCell id="zzqq1YDTvUKB0URQ00NY-73" parent="1" style="rounded=1;whiteSpace=wrap;html=1;fillColor=none;" value="" vertex="1">
          <mxGeometry height="100" width="370" x="680" y="560" as="geometry" />
        </mxCell>
        <mxCell id="zzqq1YDTvUKB0URQ00NY-133" connectable="0" parent="1" style="group" value="" vertex="1">
          <mxGeometry height="95" width="501.9999999999999" x="659.0021739130435" y="560" as="geometry" />
        </mxCell>
        <mxCell id="zzqq1YDTvUKB0URQ00NY-74" connectable="0" parent="zzqq1YDTvUKB0URQ00NY-133" style="group" value="" vertex="1">
          <mxGeometry height="95" width="470" x="32" as="geometry" />
        </mxCell>
        <mxCell id="zzqq1YDTvUKB0URQ00NY-75" parent="zzqq1YDTvUKB0URQ00NY-74" style="html=1;shadow=0;dashed=0;align=center;verticalAlign=middle;shape=mxgraph.arrows2.arrow;dy=0;dx=10;notch=10;" value="" vertex="1">
          <mxGeometry height="60" width="117.17391304347828" y="30" as="geometry" />
        </mxCell>
        <mxCell id="zzqq1YDTvUKB0URQ00NY-76" parent="zzqq1YDTvUKB0URQ00NY-74" style="text;whiteSpace=wrap;html=1;" value="&lt;div style=&quot;font-size: 12.000001px; text-align: center;&quot;&gt;&lt;span style=&quot;text-wrap-mode: nowrap;&quot;&gt;&lt;font style=&quot;font-size: 11px;&quot;&gt;&lt;br&gt;&lt;/font&gt;&lt;/span&gt;&lt;/div&gt;&lt;div style=&quot;font-size: 12.000001px; text-align: center;&quot;&gt;&lt;span style=&quot;text-wrap-mode: nowrap;&quot;&gt;&lt;font style=&quot;font-size: 11px;&quot;&gt;ustawienie&amp;nbsp;&lt;/font&gt;&lt;/span&gt;&lt;/div&gt;&lt;div style=&quot;font-size: 12.000001px; text-align: center;&quot;&gt;&lt;span style=&quot;text-wrap-mode: nowrap;&quot;&gt;&lt;font style=&quot;font-size: 11px;&quot;&gt;pinów&lt;/font&gt;&lt;/span&gt;&lt;/div&gt;&lt;div style=&quot;font-size: 12.000001px; text-align: center;&quot;&gt;&lt;span style=&quot;text-wrap-mode: nowrap;&quot;&gt;&lt;font style=&quot;font-size: 11px;&quot;&gt;&amp;nbsp;sterujących&amp;nbsp;&lt;/font&gt;&lt;/span&gt;&lt;/div&gt;&lt;div style=&quot;font-size: 12.000001px; text-align: center;&quot;&gt;&lt;span style=&quot;font-size: 11px; text-wrap-mode: nowrap;&quot;&gt;ESP32 -&amp;gt; A7670&lt;/span&gt;&lt;/div&gt;&lt;div&gt;&lt;span style=&quot;font-size: 11px; text-wrap-mode: nowrap;&quot;&gt;&lt;br&gt;&lt;/span&gt;&lt;/div&gt;" vertex="1">
          <mxGeometry height="80" width="97.17" x="20" y="10" as="geometry" />
        </mxCell>
        <mxCell id="zzqq1YDTvUKB0URQ00NY-77" parent="zzqq1YDTvUKB0URQ00NY-74" style="html=1;shadow=0;dashed=0;align=center;verticalAlign=middle;shape=mxgraph.arrows2.arrow;dy=0;dx=10;notch=10;" value="" vertex="1">
          <mxGeometry height="60" width="117.17391304347828" x="117.17391304347828" y="30" as="geometry" />
        </mxCell>
        <mxCell id="zzqq1YDTvUKB0URQ00NY-78" parent="zzqq1YDTvUKB0URQ00NY-74" style="text;whiteSpace=wrap;html=1;align=center;" value="&lt;div style=&quot;&quot;&gt;&lt;span style=&quot;caret-color: rgb(0, 0, 0); text-wrap-mode: nowrap;&quot;&gt;&lt;font style=&quot;font-size: 11px;&quot;&gt;wyłączenie&lt;/font&gt;&lt;/span&gt;&lt;/div&gt;&lt;div style=&quot;&quot;&gt;&lt;span style=&quot;caret-color: rgb(0, 0, 0); text-wrap-mode: nowrap;&quot;&gt;&lt;font style=&quot;font-size: 11px;&quot;&gt;funkcyjne&lt;/font&gt;&lt;/span&gt;&lt;/div&gt;&lt;div style=&quot;&quot;&gt;&lt;font style=&quot;font-size: 9px;&quot;&gt;&lt;span style=&quot;text-wrap-mode: nowrap;&quot;&gt;(wyłączenie&amp;nbsp;&lt;/span&gt;&lt;span style=&quot;white-space: nowrap;&quot;&gt;przez&amp;nbsp;&lt;/span&gt;&lt;/font&gt;&lt;/div&gt;&lt;div style=&quot;&quot;&gt;&lt;span style=&quot;white-space: nowrap;&quot;&gt;&lt;font style=&quot;font-size: 9px;&quot;&gt;&lt;font&gt;PWRKEY&lt;/font&gt;&lt;font&gt; przy awarii)&amp;nbsp;&lt;/font&gt;&lt;/font&gt;&lt;/span&gt;&lt;/div&gt;" vertex="1">
          <mxGeometry height="70" width="120" x="120" y="25" as="geometry" />
        </mxCell>
        <mxCell id="zzqq1YDTvUKB0URQ00NY-79" parent="zzqq1YDTvUKB0URQ00NY-74" style="html=1;shadow=0;dashed=0;align=center;verticalAlign=middle;shape=mxgraph.arrows2.arrow;dy=0;dx=8.34;notch=10;" value="" vertex="1">
          <mxGeometry height="60" width="117.17391304347828" x="234.34782608695656" y="30" as="geometry" />
        </mxCell>
        <mxCell id="zzqq1YDTvUKB0URQ00NY-80" parent="zzqq1YDTvUKB0URQ00NY-74" style="text;whiteSpace=wrap;html=1;align=center;fontSize=11;" value="&lt;span style=&quot;text-wrap-mode: nowrap;&quot;&gt;&lt;font&gt;test komunikacji&amp;nbsp;&lt;/font&gt;&lt;/span&gt;&lt;span style=&quot;white-space: nowrap;&quot;&gt;AT&lt;/span&gt;&lt;div&gt;&lt;font style=&quot;font-size: 9px;&quot;&gt;&lt;span style=&quot;white-space: nowrap;&quot;&gt;(wyłączenie&amp;nbsp;&lt;/span&gt;&lt;span style=&quot;white-space: nowrap;&quot;&gt;przez&amp;nbsp;&lt;/span&gt;&lt;/font&gt;&lt;/div&gt;&lt;div&gt;&lt;span style=&quot;white-space: nowrap;&quot;&gt;&lt;font style=&quot;font-size: 9px;&quot;&gt;&lt;font&gt;PWRKEY&lt;/font&gt;&lt;font&gt;&amp;nbsp;&lt;/font&gt;&lt;/font&gt;&lt;/span&gt;&lt;/div&gt;&lt;div&gt;&lt;span style=&quot;white-space: nowrap;&quot;&gt;&lt;font&gt;&lt;font style=&quot;font-size: 9px;&quot;&gt;przy awarii)&amp;nbsp;&lt;/font&gt;&lt;/font&gt;&lt;/span&gt;&lt;/div&gt;" vertex="1">
          <mxGeometry height="60" width="110" x="240" y="30" as="geometry" />
        </mxCell>
        <mxCell id="zzqq1YDTvUKB0URQ00NY-82" parent="zzqq1YDTvUKB0URQ00NY-133" style="text;whiteSpace=wrap;html=1;align=center;" value="&lt;div style=&quot;&quot;&gt;&lt;span style=&quot;&quot;&gt;&lt;b&gt;&lt;font style=&quot;font-size: 15px;&quot;&gt;Wyłączenie modemu&lt;/font&gt;&lt;/b&gt;&lt;/span&gt;&lt;br&gt;&lt;/div&gt;" vertex="1">
          <mxGeometry height="50" width="470" as="geometry" />
        </mxCell>
+         <mxCell id="zzqq1YDTvUKB0URQ00NY-136" connectable="0" parent="1" style="group" value="" vertex="1">
+           <mxGeometry height="95" width="501.9999999999999" x="1360" y="310" as="geometry" />
+         </mxCell>
+         <mxCell id="zzqq1YDTvUKB0URQ00NY-137" connectable="0" parent="zzqq1YDTvUKB0URQ00NY-136" style="group" value="" vertex="1">
+           <mxGeometry height="95" width="470" x="32" as="geometry" />
+         </mxCell>
+         <mxCell id="zzqq1YDTvUKB0URQ00NY-138" parent="zzqq1YDTvUKB0URQ00NY-137" style="html=1;shadow=0;dashed=0;align=center;verticalAlign=middle;shape=mxgraph.arrows2.arrow;dy=0;dx=10;notch=10;" value="" vertex="1">
+           <mxGeometry height="60" width="117.17391304347828" y="30" as="geometry" />
+         </mxCell>
+         <mxCell id="zzqq1YDTvUKB0URQ00NY-139" parent="zzqq1YDTvUKB0URQ00NY-137" style="text;whiteSpace=wrap;html=1;" value="&lt;div style=&quot;font-size: 12.000001px; text-align: center;&quot;&gt;&lt;span style=&quot;text-wrap-mode: nowrap;&quot;&gt;&lt;font style=&quot;font-size: 11px;&quot;&gt;&lt;br&gt;&lt;/font&gt;&lt;/span&gt;&lt;/div&gt;&lt;div style=&quot;font-size: 12.000001px; text-align: center;&quot;&gt;&lt;span style=&quot;text-wrap-mode: nowrap;&quot;&gt;&lt;font style=&quot;font-size: 11px;&quot;&gt;ustawienie&amp;nbsp;&lt;/font&gt;&lt;/span&gt;&lt;/div&gt;&lt;div style=&quot;font-size: 12.000001px; text-align: center;&quot;&gt;&lt;span style=&quot;text-wrap-mode: nowrap;&quot;&gt;&lt;font style=&quot;font-size: 11px;&quot;&gt;pinów&lt;/font&gt;&lt;/span&gt;&lt;/div&gt;&lt;div style=&quot;font-size: 12.000001px; text-align: center;&quot;&gt;&lt;span style=&quot;text-wrap-mode: nowrap;&quot;&gt;&lt;font style=&quot;font-size: 11px;&quot;&gt;&amp;nbsp;sterujących&amp;nbsp;&lt;/font&gt;&lt;/span&gt;&lt;/div&gt;&lt;div style=&quot;font-size: 12.000001px; text-align: center;&quot;&gt;&lt;span style=&quot;font-size: 11px; text-wrap-mode: nowrap;&quot;&gt;ESP32 -&amp;gt; A7670&lt;/span&gt;&lt;/div&gt;&lt;div&gt;&lt;span style=&quot;font-size: 11px; text-wrap-mode: nowrap;&quot;&gt;&lt;br&gt;&lt;/span&gt;&lt;/div&gt;" vertex="1">
+           <mxGeometry height="80" width="97.17" x="20" y="10" as="geometry" />
+         </mxCell>
+         <mxCell id="zzqq1YDTvUKB0URQ00NY-140" parent="zzqq1YDTvUKB0URQ00NY-137" style="html=1;shadow=0;dashed=0;align=center;verticalAlign=middle;shape=mxgraph.arrows2.arrow;dy=0;dx=10;notch=10;" value="" vertex="1">
+           <mxGeometry height="60" width="117.17391304347828" x="117.17391304347828" y="30" as="geometry" />
+         </mxCell>
+         <mxCell id="zzqq1YDTvUKB0URQ00NY-141" parent="zzqq1YDTvUKB0URQ00NY-137" style="text;whiteSpace=wrap;html=1;align=center;" value="&lt;div style=&quot;&quot;&gt;&lt;span style=&quot;caret-color: rgb(0, 0, 0); text-wrap-mode: nowrap;&quot;&gt;&lt;font style=&quot;font-size: 11px;&quot;&gt;wyłączenie&lt;/font&gt;&lt;/span&gt;&lt;/div&gt;&lt;div style=&quot;&quot;&gt;&lt;span style=&quot;caret-color: rgb(0, 0, 0); text-wrap-mode: nowrap;&quot;&gt;&lt;font style=&quot;font-size: 11px;&quot;&gt;funkcyjne&lt;/font&gt;&lt;/span&gt;&lt;/div&gt;&lt;div style=&quot;&quot;&gt;&lt;font style=&quot;font-size: 9px;&quot;&gt;&lt;span style=&quot;text-wrap-mode: nowrap;&quot;&gt;(wyłączenie&amp;nbsp;&lt;/span&gt;&lt;span style=&quot;white-space: nowrap;&quot;&gt;przez&amp;nbsp;&lt;/span&gt;&lt;/font&gt;&lt;/div&gt;&lt;div style=&quot;&quot;&gt;&lt;span style=&quot;white-space: nowrap;&quot;&gt;&lt;font style=&quot;font-size: 9px;&quot;&gt;&lt;font&gt;PWRKEY&lt;/font&gt;&lt;font&gt; przy awarii)&amp;nbsp;&lt;/font&gt;&lt;/font&gt;&lt;/span&gt;&lt;/div&gt;" vertex="1">
+           <mxGeometry height="70" width="120" x="120" y="25" as="geometry" />
+         </mxCell>
+         <mxCell id="zzqq1YDTvUKB0URQ00NY-142" parent="zzqq1YDTvUKB0URQ00NY-137" style="html=1;shadow=0;dashed=0;align=center;verticalAlign=middle;shape=mxgraph.arrows2.arrow;dy=0;dx=8.34;notch=10;" value="" vertex="1">
+           <mxGeometry height="60" width="117.17391304347828" x="234.34782608695656" y="30" as="geometry" />
+         </mxCell>
+         <mxCell id="zzqq1YDTvUKB0URQ00NY-143" parent="zzqq1YDTvUKB0URQ00NY-137" style="text;whiteSpace=wrap;html=1;align=center;fontSize=11;" value="&lt;span style=&quot;text-wrap-mode: nowrap;&quot;&gt;&lt;font&gt;test komunikacji&amp;nbsp;&lt;/font&gt;&lt;/span&gt;&lt;span style=&quot;white-space: nowrap;&quot;&gt;AT&lt;/span&gt;&lt;div&gt;&lt;font style=&quot;font-size: 9px;&quot;&gt;&lt;span style=&quot;white-space: nowrap;&quot;&gt;(wyłączenie&amp;nbsp;&lt;/span&gt;&lt;span style=&quot;white-space: nowrap;&quot;&gt;przez&amp;nbsp;&lt;/span&gt;&lt;/font&gt;&lt;/div&gt;&lt;div&gt;&lt;span style=&quot;white-space: nowrap;&quot;&gt;&lt;font style=&quot;font-size: 9px;&quot;&gt;&lt;font&gt;PWRKEY&lt;/font&gt;&lt;font&gt;&amp;nbsp;&lt;/font&gt;&lt;/font&gt;&lt;/span&gt;&lt;/div&gt;&lt;div&gt;&lt;span style=&quot;white-space: nowrap;&quot;&gt;&lt;font&gt;&lt;font style=&quot;font-size: 9px;&quot;&gt;przy awarii)&amp;nbsp;&lt;/font&gt;&lt;/font&gt;&lt;/span&gt;&lt;/div&gt;" vertex="1">
+           <mxGeometry height="60" width="110" x="240" y="30" as="geometry" />
+         </mxCell>
+         <mxCell id="zzqq1YDTvUKB0URQ00NY-144" parent="zzqq1YDTvUKB0URQ00NY-136" style="text;whiteSpace=wrap;html=1;align=center;" value="&lt;div style=&quot;&quot;&gt;&lt;span style=&quot;&quot;&gt;&lt;b&gt;&lt;font style=&quot;font-size: 15px;&quot;&gt;Wyłączenie modemu&lt;/font&gt;&lt;/b&gt;&lt;/span&gt;&lt;br&gt;&lt;/div&gt;" vertex="1">
+           <mxGeometry height="50" width="470" as="geometry" />
+         </mxCell>
      </root>
    </mxGraphModel>
  </diagram>
</mxfile>
